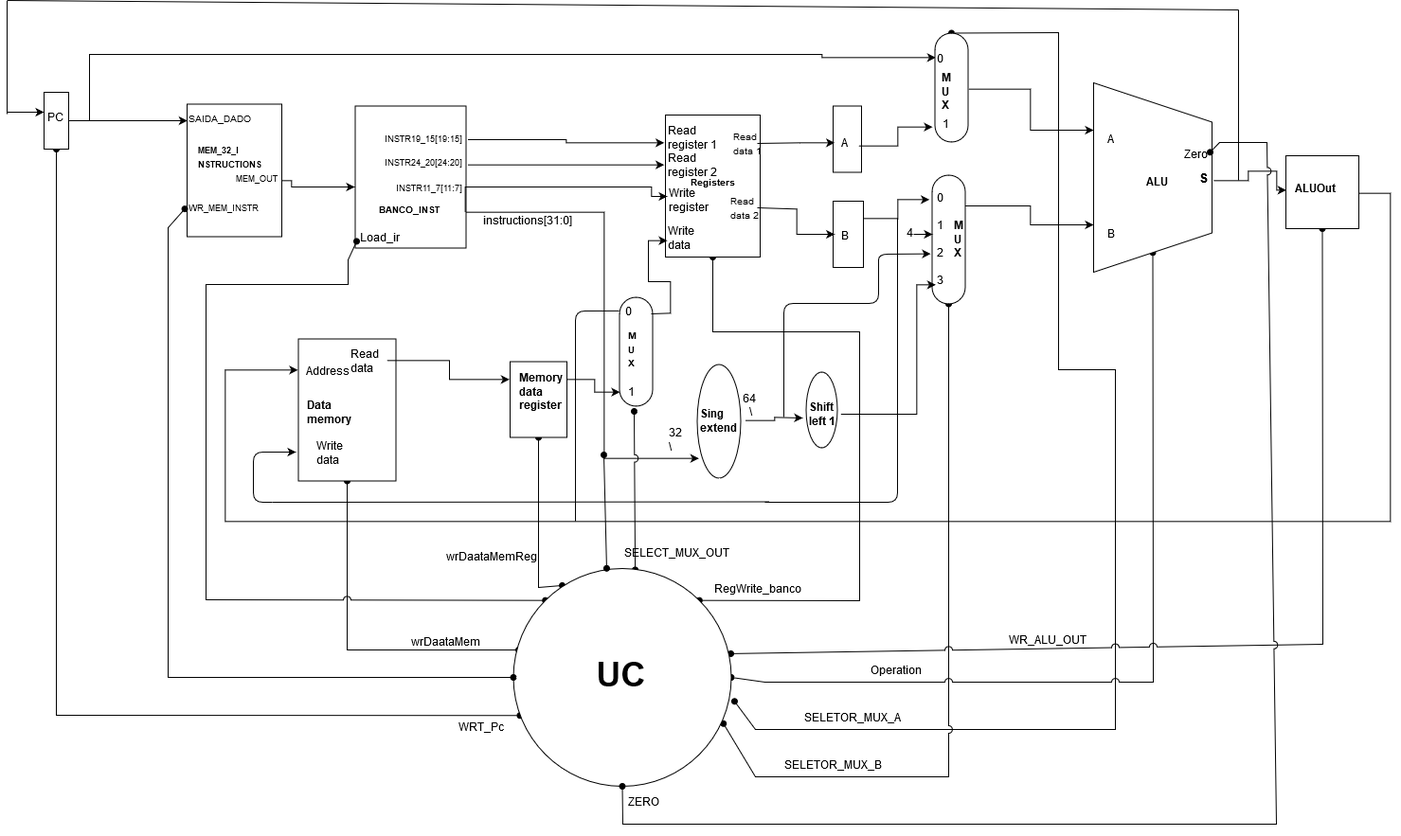
This is imageMaps/Arquitetura_da_CPU.png from lucasgrisiq/procRISCV, a draw.io export, as it was before one commit. Source tidied: cells renumbered, new cells last; positions are measured from the earlier drawing's top-left corner, leaving out a move shared by most shapes.
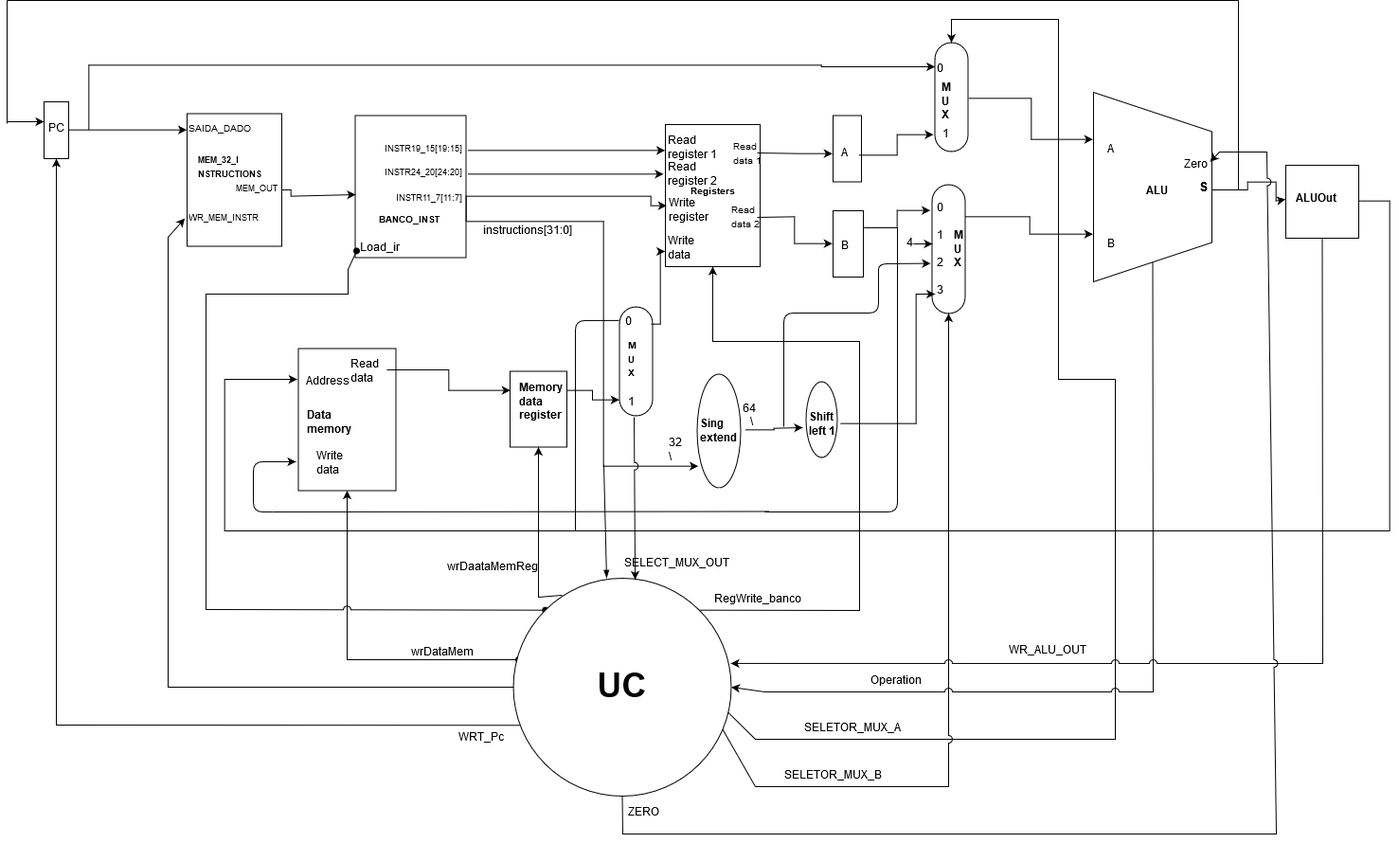
After the commit.

Commit message:
tentativa de arrumar os fios da arquitetura

The edit, as a diff of the source:
```diff
@@ -17,7 +17,7 @@
         </Array>
       </mxGeometry>
     </mxCell>
-    <mxCell id="4" style="edgeStyle=none;rounded=0;jumpStyle=arc;jumpSize=8;jettySize=auto;html=1;exitX=0.5;exitY=1;exitDx=0;exitDy=0;entryX=0.03;entryY=0.675;entryDx=0;entryDy=0;entryPerimeter=0;startArrow=oval;startFill=1;endArrow=oval;endFill=1;strokeColor=#000000;" parent="1" edge="1" source="5" target="34">
+    <mxCell id="4" style="edgeStyle=none;rounded=0;jumpStyle=arc;jumpSize=8;jettySize=auto;html=1;exitX=0.5;exitY=1;exitDx=0;exitDy=0;entryX=0.03;entryY=0.675;entryDx=0;entryDy=0;entryPerimeter=0;startArrow=classic;startFill=1;endArrow=none;endFill=0;strokeColor=#000000;" parent="1" edge="1" source="5" target="34">
       <mxGeometry relative="1" as="geometry">
         <Array as="points">
           <mxPoint x="52" y="755" />
@@ -30,8 +30,9 @@
     <mxCell id="6" style="rounded=0;whiteSpace=wrap;html=1;rotation=0;" parent="1" vertex="1">
       <mxGeometry x="190" y="109.5" width="100" height="140" as="geometry" />
     </mxCell>
-    <mxCell id="7" style="edgeStyle=orthogonalEdgeStyle;rounded=0;jettySize=auto;html=1;exitX=0.75;exitY=0;exitDx=0;exitDy=0;" parent="1" edge="1" source="8">
+    <mxCell id="7" style="edgeStyle=orthogonalEdgeStyle;rounded=0;orthogonalLoop=1;jettySize=auto;html=1;exitX=0.75;exitY=0;exitDx=0;exitDy=0;jumpStyle=arc;" parent="1" edge="1">
       <mxGeometry relative="1" as="geometry">
+        <mxPoint x="484.2" y="224.1" as="sourcePoint" />
         <mxPoint x="730" y="482" as="targetPoint" />
         <Array as="points">
           <mxPoint x="630" y="224" />
@@ -51,10 +52,11 @@
     <mxCell id="11" style="rounded=0;whiteSpace=wrap;html=1;rotation=90;" parent="1" vertex="1">
       <mxGeometry x="853" y="231" width="70" height="32" as="geometry" />
     </mxCell>
-    <mxCell id="12" style="edgeStyle=none;rounded=0;jumpStyle=arc;jumpSize=8;jettySize=auto;html=1;exitX=0;exitY=0.5;exitDx=0;exitDy=0;entryX=1.015;entryY=0.61;entryDx=0;entryDy=0;entryPerimeter=0;startArrow=oval;startFill=1;endArrow=oval;endFill=1;strokeColor=#000000;" parent="1" edge="1" source="13" target="34">
+    <mxCell id="12" style="edgeStyle=none;rounded=0;jumpStyle=arc;jumpSize=8;jettySize=auto;html=1;exitX=0;exitY=0.5;exitDx=0;exitDy=0;entryX=0.98;entryY=0.61;entryDx=0;entryDy=0;entryPerimeter=0;startArrow=classic;startFill=1;endArrow=none;endFill=0;strokeColor=#000000;" parent="1" edge="1" source="13" target="34">
       <mxGeometry relative="1" as="geometry">
         <Array as="points">
-          <mxPoint x="1110" y="34" />
+          <mxPoint x="997" y="10" />
+          <mxPoint x="1110" y="10" />
           <mxPoint x="1110" y="210" />
           <mxPoint x="1110" y="390" />
           <mxPoint x="1170" y="390" />
@@ -70,8 +72,9 @@
     <mxCell id="14" style="edgeStyle=orthogonalEdgeStyle;rounded=0;jettySize=auto;html=1;exitX=0.25;exitY=0;exitDx=0;exitDy=0;entryX=0.75;entryY=1;entryDx=0;entryDy=0;" parent="1" edge="1" source="16" target="19">
       <mxGeometry relative="1" as="geometry" />
     </mxCell>
-    <mxCell id="15" style="edgeStyle=none;rounded=0;jumpStyle=arc;jumpSize=8;jettySize=auto;html=1;exitX=1;exitY=0.5;exitDx=0;exitDy=0;entryX=0.964;entryY=0.712;entryDx=0;entryDy=0;entryPerimeter=0;startArrow=oval;startFill=1;endArrow=oval;endFill=1;strokeColor=#000000;" parent="1" edge="1" source="16" target="34">
+    <mxCell id="15" style="edgeStyle=none;rounded=0;jumpStyle=arc;jumpSize=8;jettySize=auto;html=1;exitX=1;exitY=0.5;exitDx=0;exitDy=0;startArrow=classic;startFill=1;endArrow=none;endFill=0;strokeColor=#000000;" parent="1" edge="1" source="16">
       <mxGeometry relative="1" as="geometry">
+        <mxPoint x="750" y="750" as="targetPoint" />
         <Array as="points">
           <mxPoint x="994" y="820" />
           <mxPoint x="850" y="820" />
@@ -93,7 +96,7 @@
         </Array>
       </mxGeometry>
     </mxCell>
-    <mxCell id="18" style="edgeStyle=none;rounded=0;jumpStyle=arc;jumpSize=8;jettySize=auto;html=1;exitX=1;exitY=0.5;exitDx=0;exitDy=0;entryX=1;entryY=0.5;entryDx=0;entryDy=0;startArrow=oval;startFill=1;endArrow=oval;endFill=1;strokeColor=#000000;" parent="1" edge="1" source="19" target="34">
+    <mxCell id="18" style="edgeStyle=none;rounded=0;jumpStyle=arc;jumpSize=8;jettySize=auto;html=1;exitX=1;exitY=0.5;exitDx=0;exitDy=0;entryX=1;entryY=0.5;entryDx=0;entryDy=0;startArrow=none;startFill=0;endArrow=classic;endFill=1;strokeColor=#000000;" parent="1" edge="1" source="19" target="34">
       <mxGeometry relative="1" as="geometry">
         <Array as="points">
           <mxPoint x="1210" y="720" />
@@ -106,17 +109,17 @@
     <mxCell id="19" style="shape=trapezoid;perimeter=trapezoidPerimeter;whiteSpace=wrap;html=1;rotation=90;size=0.2073202614379079;" parent="1" vertex="1">
       <mxGeometry x="1109.5" y="124.5" width="200" height="125" as="geometry" />
     </mxCell>
-    <mxCell id="20" style="edgeStyle=none;rounded=0;jumpStyle=arc;jumpSize=8;jettySize=auto;html=1;exitX=0.5;exitY=1;exitDx=0;exitDy=0;entryX=0.998;entryY=0.391;entryDx=0;entryDy=0;entryPerimeter=0;startArrow=oval;startFill=1;endArrow=oval;endFill=1;strokeColor=#000000;" parent="1" edge="1" source="21" target="34">
+    <mxCell id="20" style="edgeStyle=none;rounded=0;jumpStyle=arc;jumpSize=8;jettySize=auto;html=1;exitX=0.5;exitY=1;exitDx=0;exitDy=0;entryX=0.998;entryY=0.391;entryDx=0;entryDy=0;entryPerimeter=0;startArrow=none;startFill=0;endArrow=classic;endFill=1;strokeColor=#000000;" parent="1" edge="1" source="21" target="34">
       <mxGeometry relative="1" as="geometry">
         <Array as="points">
-          <mxPoint x="1389" y="680" />
+          <mxPoint x="1389" y="690" />
         </Array>
       </mxGeometry>
     </mxCell>
     <mxCell id="21" style="whiteSpace=wrap;html=1;" parent="1" vertex="1">
       <mxGeometry x="1350" y="164" width="77" height="77" as="geometry" />
     </mxCell>
-    <mxCell id="22" style="edgeStyle=none;rounded=0;jumpStyle=arc;jumpSize=8;jettySize=auto;html=1;entryX=0.024;entryY=0.374;entryDx=0;entryDy=0;entryPerimeter=0;startArrow=oval;startFill=1;endArrow=oval;endFill=1;strokeColor=#000000;" parent="1" edge="1" source="23" target="34">
+    <mxCell id="22" style="edgeStyle=none;rounded=0;jumpStyle=arc;jumpSize=8;jettySize=auto;html=1;entryX=0.024;entryY=0.374;entryDx=0;entryDy=0;entryPerimeter=0;startArrow=classic;startFill=1;endArrow=oval;endFill=1;strokeColor=#000000;" parent="1" edge="1" source="23" target="34">
       <mxGeometry relative="1" as="geometry">
         <Array as="points">
           <mxPoint x="359" y="686" />
@@ -129,7 +132,7 @@
     <mxCell id="24" style="edgeStyle=orthogonalEdgeStyle;rounded=0;jettySize=auto;html=1;exitX=0.25;exitY=0;exitDx=0;exitDy=0;entryX=0.857;entryY=1.009;entryDx=0;entryDy=0;entryPerimeter=0;" parent="1" edge="1" source="26" target="27">
       <mxGeometry relative="1" as="geometry" />
     </mxCell>
-    <mxCell id="25" style="edgeStyle=none;rounded=0;jumpStyle=arc;jumpSize=8;jettySize=auto;html=1;entryX=0.224;entryY=0.078;entryDx=0;entryDy=0;entryPerimeter=0;startArrow=oval;startFill=1;endArrow=oval;endFill=1;strokeColor=#000000;" parent="1" edge="1" source="26" target="34">
+    <mxCell id="25" style="edgeStyle=none;rounded=0;jumpStyle=arc;jumpSize=8;jettySize=auto;html=1;entryX=0.224;entryY=0.078;entryDx=0;entryDy=0;entryPerimeter=0;startArrow=classic;startFill=1;endArrow=none;endFill=0;strokeColor=#000000;" parent="1" edge="1" source="26" target="34">
       <mxGeometry relative="1" as="geometry">
         <Array as="points">
           <mxPoint x="561" y="620" />
@@ -145,7 +148,7 @@
     <mxCell id="28" style="ellipse;whiteSpace=wrap;html=1;rotation=90;" parent="1" vertex="1">
       <mxGeometry x="691.5" y="421.5" width="120" height="46" as="geometry" />
     </mxCell>
-    <mxCell id="29" style="edgeStyle=none;rounded=0;jumpStyle=arc;jumpSize=8;jettySize=auto;html=1;entryX=1;entryY=0;entryDx=0;entryDy=0;startArrow=oval;startFill=1;endArrow=oval;endFill=1;strokeColor=#000000;" parent="1" edge="1" source="30" target="34">
+    <mxCell id="29" style="edgeStyle=none;rounded=0;jumpStyle=arc;jumpSize=8;jettySize=auto;html=1;entryX=1;entryY=0;entryDx=0;entryDy=0;startArrow=classic;startFill=1;endArrow=none;endFill=0;strokeColor=#000000;" parent="1" edge="1" source="30" target="34">
       <mxGeometry relative="1" as="geometry">
         <Array as="points">
           <mxPoint x="745" y="350" />
@@ -171,8 +174,10 @@
         </Array>
       </mxGeometry>
     </mxCell>
-    <mxCell id="33" style="edgeStyle=none;rounded=0;jumpStyle=arc;jumpSize=8;jettySize=auto;html=1;exitX=0.559;exitY=0.006;exitDx=0;exitDy=0;entryX=0.4;entryY=1.4;entryDx=0;entryDy=0;entryPerimeter=0;startArrow=oval;startFill=1;endArrow=oval;endFill=1;strokeColor=#000000;exitPerimeter=0;" parent="1" edge="1" source="34" target="77">
-      <mxGeometry relative="1" as="geometry" />
+    <mxCell id="33" style="edgeStyle=none;rounded=0;jumpStyle=arc;jumpSize=8;jettySize=auto;html=1;exitX=0.559;exitY=0.006;exitDx=0;exitDy=0;startArrow=classic;startFill=1;endArrow=none;endFill=0;strokeColor=#000000;exitPerimeter=0;" parent="1" edge="1" source="34">
+      <mxGeometry relative="1" as="geometry">
+        <mxPoint x="662" y="430" as="targetPoint" />
+      </mxGeometry>
     </mxCell>
     <mxCell id="34" value="&lt;font style=&quot;font-size: 36px&quot;&gt;&lt;b&gt;UC&lt;/b&gt;&lt;/font&gt;" style="ellipse;whiteSpace=wrap;html=1;" parent="1" vertex="1">
       <mxGeometry x="534.5" y="600" width="230" height="230" as="geometry" />
@@ -195,7 +200,7 @@
     <mxCell id="38" value="&lt;font style=&quot;font-size: 9px&quot;&gt;MEM_OUT&lt;/font&gt;" style="text;html=1;align=left;verticalAlign=top;spacingTop=-4;" parent="1" vertex="1">
       <mxGeometry x="240" y="179.5" width="60" height="20" as="geometry" />
     </mxCell>
-    <mxCell id="39" style="edgeStyle=none;rounded=0;jumpStyle=arc;jumpSize=8;jettySize=auto;html=1;entryX=0;entryY=0.5;entryDx=0;entryDy=0;endArrow=oval;endFill=1;strokeColor=#000000;startArrow=oval;startFill=1;exitX=-0.027;exitY=0.457;exitDx=0;exitDy=0;exitPerimeter=0;" parent="1" edge="1" source="40" target="34">
+    <mxCell id="39" style="edgeStyle=none;rounded=0;jumpStyle=arc;jumpSize=8;jettySize=auto;html=1;entryX=0;entryY=0.5;entryDx=0;entryDy=0;endArrow=none;endFill=0;strokeColor=#000000;startArrow=classic;startFill=1;exitX=-0.027;exitY=0.457;exitDx=0;exitDy=0;exitPerimeter=0;" parent="1" edge="1" source="40" target="34">
       <mxGeometry relative="1" as="geometry">
         <Array as="points">
           <mxPoint x="170" y="240" />
@@ -307,7 +312,7 @@
     <mxCell id="69" value="&lt;b&gt;ALU&lt;/b&gt;" style="text;html=1;align=left;verticalAlign=top;spacingTop=-4;" parent="1" vertex="1">
       <mxGeometry x="1200.5" y="183.5" width="40" height="20" as="geometry" />
     </mxCell>
-    <mxCell id="70" style="edgeStyle=none;rounded=0;jumpStyle=arc;jumpSize=8;jettySize=auto;html=1;entryX=0.5;entryY=1;entryDx=0;entryDy=0;startArrow=oval;startFill=1;endArrow=oval;endFill=1;strokeColor=#000000;exitX=0.738;exitY=0.291;exitDx=0;exitDy=0;exitPerimeter=0;" parent="1" edge="1" source="71" target="34">
+    <mxCell id="70" style="edgeStyle=none;rounded=0;jumpStyle=arc;jumpSize=8;jettySize=auto;html=1;entryX=0.5;entryY=1;entryDx=0;entryDy=0;startArrow=classic;startFill=1;endArrow=none;endFill=0;strokeColor=#000000;exitX=0.738;exitY=0.291;exitDx=0;exitDy=0;exitPerimeter=0;" parent="1" edge="1" source="71" target="34">
       <mxGeometry relative="1" as="geometry">
         <Array as="points">
           <mxPoint x="1280" y="150" />
@@ -347,9 +352,13 @@
     <mxCell id="77" value="1" style="text;html=1;points=[];align=left;verticalAlign=top;spacingTop=-4;" parent="1" vertex="1">
       <mxGeometry x="654" y="406" width="20" height="20" as="geometry" />
     </mxCell>
-    <mxCell id="78" style="edgeStyle=orthogonalEdgeStyle;rounded=0;jettySize=auto;html=1;entryX=0.011;entryY=0.627;entryDx=0;entryDy=0;entryPerimeter=0;" parent="1" edge="1" target="57">
+    <mxCell id="78" style="edgeStyle=orthogonalEdgeStyle;rounded=0;jettySize=auto;html=1;entryX=-0.006;entryY=0.627;entryDx=0;entryDy=0;entryPerimeter=0;" parent="1" edge="1" target="57">
       <mxGeometry relative="1" as="geometry">
         <mxPoint x="680" y="331" as="sourcePoint" />
+        <Array as="points">
+          <mxPoint x="690" y="331" />
+          <mxPoint x="690" y="255" />
+        </Array>
       </mxGeometry>
     </mxCell>
     <mxCell id="79" value="0" style="text;html=1;align=left;verticalAlign=top;spacingTop=-4;" parent="1" vertex="1">
@@ -407,7 +416,7 @@
     <mxCell id="91" style="endArrow=none;html=1;" parent="1" edge="1">
       <mxGeometry relative="1" as="geometry">
         <mxPoint x="1300" y="190" as="sourcePoint" />
-        <mxPoint x="1300" y="10" as="targetPoint" />
+        <mxPoint x="1300" y="-10" as="targetPoint" />
       </mxGeometry>
     </mxCell>
     <mxCell id="92" style="endArrow=classic;html=1;" parent="1" edge="1">
@@ -418,14 +427,14 @@
     </mxCell>
     <mxCell id="93" style="endArrow=none;html=1;" parent="1" edge="1">
       <mxGeometry relative="1" as="geometry">
-        <mxPoint as="sourcePoint" />
-        <mxPoint x="1300" y="10" as="targetPoint" />
+        <mxPoint y="-10" as="sourcePoint" />
+        <mxPoint x="1300" y="-10" as="targetPoint" />
       </mxGeometry>
     </mxCell>
     <mxCell id="94" style="endArrow=none;html=1;" parent="1" edge="1">
       <mxGeometry relative="1" as="geometry">
         <mxPoint y="120" as="sourcePoint" />
-        <mxPoint y="0.5" as="targetPoint" />
+        <mxPoint y="-10" as="targetPoint" />
       </mxGeometry>
     </mxCell>
     <mxCell id="95" value="&lt;b&gt;&lt;font style=&quot;font-size: 14px&quot;&gt;S&lt;/font&gt;&lt;/b&gt;" style="text;html=1;align=left;verticalAlign=top;spacingTop=-4;" parent="1" vertex="1">
@@ -477,8 +486,8 @@
     <mxCell id="103" value="Operation" style="text;html=1;align=left;verticalAlign=top;spacingTop=-4;" parent="1" vertex="1">
       <mxGeometry x="910" y="700" width="70" height="20" as="geometry" />
     </mxCell>
-    <mxCell id="104" value="wrDaataMem" style="text;html=1;align=left;verticalAlign=top;spacingTop=-4;" parent="1" vertex="1">
-      <mxGeometry x="424.5" y="669.5" width="90" height="20" as="geometry" />
+    <mxCell id="104" value="wrDataMem" style="text;html=1;align=left;verticalAlign=top;spacingTop=-4;" parent="1" vertex="1">
+      <mxGeometry x="424.5" y="669.5" width="80" height="20" as="geometry" />
     </mxCell>
     <mxCell id="105" value="WRT_Pc" style="text;html=1;align=left;verticalAlign=top;spacingTop=-4;" parent="1" vertex="1">
       <mxGeometry x="474.5" y="760" width="60" height="20" as="geometry" />
@@ -495,7 +504,7 @@
     <mxCell id="109" value="instructions[31:0]" style="text;html=1;align=left;verticalAlign=top;spacingTop=-4;" parent="1" vertex="1">
       <mxGeometry x="501" y="225" width="100" height="20" as="geometry" />
     </mxCell>
-    <mxCell id="110" style="endArrow=oval;html=1;strokeColor=#000000;endFill=1;startArrow=oval;startFill=1;exitX=0.428;exitY=-0.001;exitDx=0;exitDy=0;exitPerimeter=0;" parent="1" edge="1" source="34">
+    <mxCell id="110" style="endArrow=none;html=1;strokeColor=#000000;endFill=0;startArrow=blockThin;startFill=1;exitX=0.428;exitY=-0.001;exitDx=0;exitDy=0;exitPerimeter=0;" parent="1" edge="1" source="34">
       <mxGeometry relative="1" as="geometry">
         <mxPoint x="630" y="480" as="targetPoint" />
       </mxGeometry>
```
